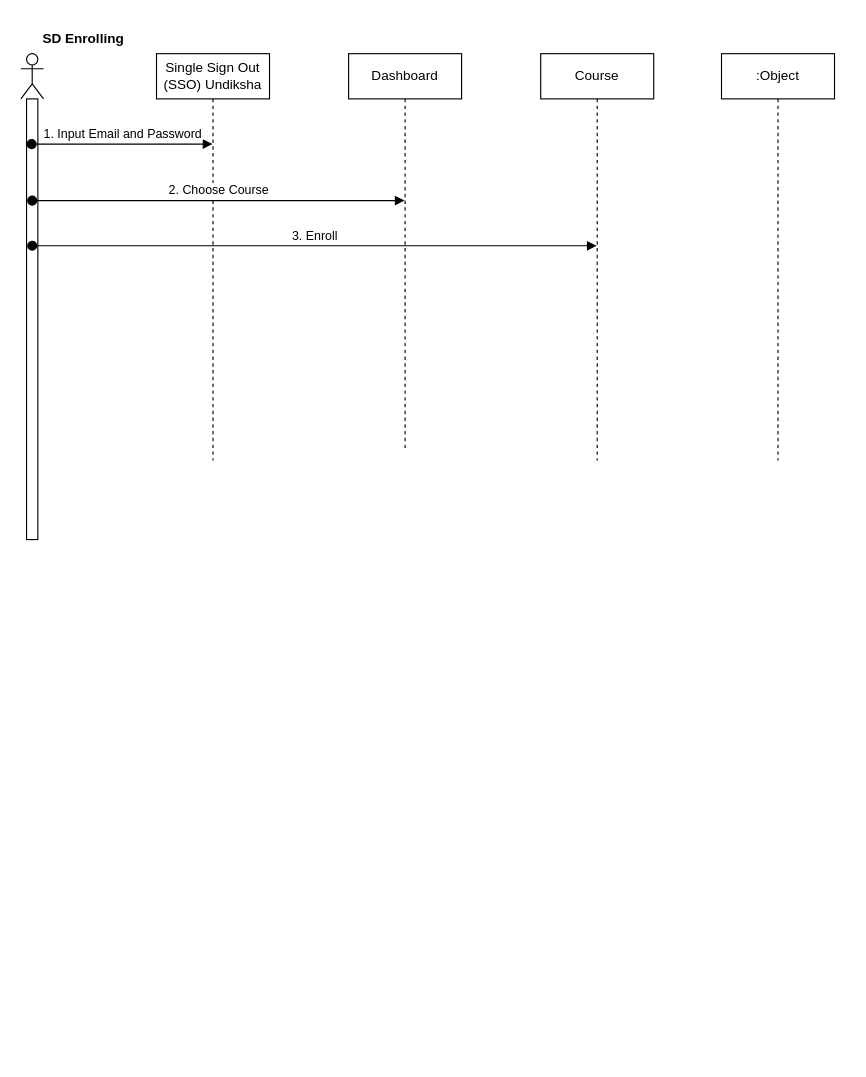
Earlier version of the draw.io diagram Testificate.drawio (ADmex1/Design-Structure). Source tidied: cells renumbered, new cells numbered last; positions are measured from the earlier drawing's top-left corner, leaving out a move shared by most shapes. Both pictures are drawn from the tidied source at 113%, with x=0, y=0 at pixel (20, 24).
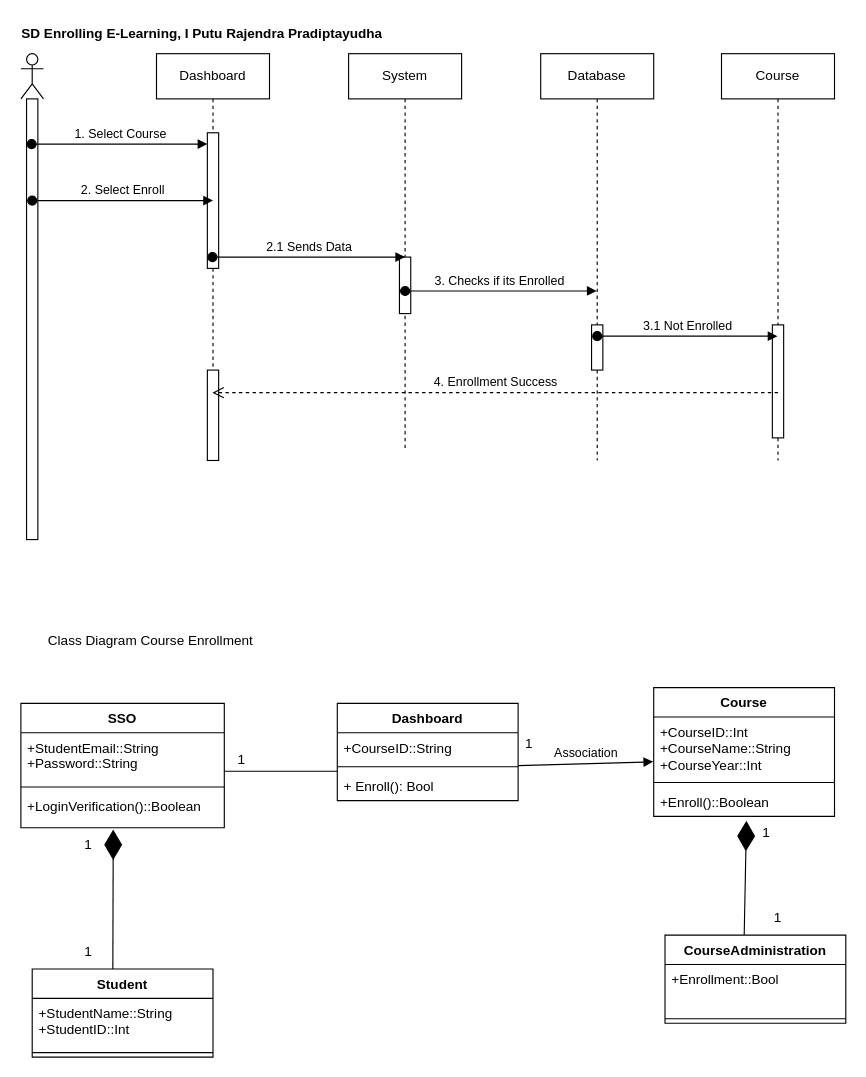
After the change.

What changed in the source:
```diff
@@
-    <mxCell id="4" value="Single Sign Out&lt;br&gt;(SSO) Undiksha" style="shape=umlLifeline;perimeter=lifelinePerimeter;whiteSpace=wrap;html=1;outlineConnect=0;portConstraint=eastwest;newEdgeStyle={&quot;curved&quot;:0,&quot;rounded&quot;:0};" parent="1" vertex="1">
+    <mxCell id="4" value="Dashboard" style="shape=umlLifeline;perimeter=lifelinePerimeter;whiteSpace=wrap;html=1;outlineConnect=0;portConstraint=eastwest;newEdgeStyle={&quot;curved&quot;:0,&quot;rounded&quot;:0};" parent="1" vertex="1">
       <mxGeometry x="120" y="26" width="100" height="360" as="geometry" />
     </mxCell>
+    <mxCell id="12" style="html=1;points=[[0,0,0,0,5],[0,1,0,0,-5],[1,0,0,0,5],[1,1,0,0,-5]];perimeter=orthogonalPerimeter;outlineConnect=0;targetShapes=umlLifeline;portConstraint=eastwest;newEdgeStyle={&quot;curved&quot;:0,&quot;rounded&quot;:0};" parent="4" vertex="1">
+      <mxGeometry x="45" y="70" width="10" height="120" as="geometry" />
+    </mxCell>
+    <mxCell id="13" style="html=1;perimeter=orthogonalPerimeter;targetShapes=umlLifeline;newEdgeStyle={&quot;curved&quot;:0,&quot;rounded&quot;:0};" parent="4" vertex="1">
+      <mxGeometry x="45" y="280" width="10" height="80" as="geometry" />
+    </mxCell>
-    <mxCell id="5" value="Dashboard" style="shape=umlLifeline;perimeter=lifelinePerimeter;whiteSpace=wrap;html=1;outlineConnect=0;portConstraint=eastwest;newEdgeStyle={&quot;curved&quot;:0,&quot;rounded&quot;:0};" parent="1" vertex="1">
+    <mxCell id="5" value="System" style="shape=umlLifeline;perimeter=lifelinePerimeter;whiteSpace=wrap;html=1;outlineConnect=0;portConstraint=eastwest;newEdgeStyle={&quot;curved&quot;:0,&quot;rounded&quot;:0};" parent="1" vertex="1">
       <mxGeometry x="290" y="26" width="100" height="350" as="geometry" />
     </mxCell>
+    <mxCell id="14" style="html=1;perimeter=orthogonalPerimeter;targetShapes=umlLifeline;newEdgeStyle={&quot;curved&quot;:0,&quot;rounded&quot;:0};" parent="5" vertex="1">
+      <mxGeometry x="45" y="180" width="10" height="50" as="geometry" />
+    </mxCell>
-    <mxCell id="6" value="Course" style="shape=umlLifeline;perimeter=lifelinePerimeter;whiteSpace=wrap;html=1;outlineConnect=0;portConstraint=eastwest;newEdgeStyle={&quot;curved&quot;:0,&quot;rounded&quot;:0};" parent="1" vertex="1">
+    <mxCell id="6" value="Database" style="shape=umlLifeline;perimeter=lifelinePerimeter;whiteSpace=wrap;html=1;outlineConnect=0;portConstraint=eastwest;newEdgeStyle={&quot;curved&quot;:0,&quot;rounded&quot;:0};" parent="1" vertex="1">
       <mxGeometry x="460" y="26" width="100" height="360" as="geometry" />
     </mxCell>
+    <mxCell id="15" style="html=1;perimeter=orthogonalPerimeter;targetShapes=umlLifeline;newEdgeStyle={&quot;curved&quot;:0,&quot;rounded&quot;:0};" parent="6" vertex="1">
+      <mxGeometry x="45" y="240" width="10" height="40" as="geometry" />
+    </mxCell>
-    <mxCell id="7" value=":Object" style="shape=umlLifeline;perimeter=lifelinePerimeter;whiteSpace=wrap;html=1;outlineConnect=0;portConstraint=eastwest;newEdgeStyle={&quot;curved&quot;:0,&quot;rounded&quot;:0};" parent="1" vertex="1">
+    <mxCell id="7" value="Course" style="shape=umlLifeline;perimeter=lifelinePerimeter;whiteSpace=wrap;html=1;outlineConnect=0;portConstraint=eastwest;newEdgeStyle={&quot;curved&quot;:0,&quot;rounded&quot;:0};" parent="1" vertex="1">
       <mxGeometry x="620" y="26" width="100" height="360" as="geometry" />
     </mxCell>
+    <mxCell id="16" style="html=1;perimeter=orthogonalPerimeter;targetShapes=umlLifeline;newEdgeStyle={&quot;curved&quot;:0,&quot;rounded&quot;:0};" parent="7" vertex="1">
+      <mxGeometry x="45" y="240" width="10" height="100" as="geometry" />
+    </mxCell>
-    <mxCell id="8" value="1. Input Email and Password" style="html=1;verticalAlign=bottom;startArrow=oval;startFill=1;endArrow=block;startSize=8;curved=0;rounded=0;" parent="1" edge="1">
+    <mxCell id="8" value="1. Select Course" style="html=1;verticalAlign=bottom;startArrow=oval;startFill=1;endArrow=block;startSize=8;curved=0;rounded=0;" parent="1" edge="1" target="12">
       <mxGeometry relative="1" as="geometry">
         <mxPoint x="9.5" y="106" as="sourcePoint" />
-        <mxPoint x="169.5" y="106" as="targetPoint" />
       </mxGeometry>
     </mxCell>
-    <mxCell id="9" value="2. Choose Course" style="html=1;verticalAlign=bottom;startArrow=oval;startFill=1;endArrow=block;startSize=8;curved=0;rounded=0;" parent="1" edge="1" target="5">
+    <mxCell id="9" value="2. Select Enroll" style="html=1;verticalAlign=bottom;startArrow=oval;startFill=1;endArrow=block;startSize=8;curved=0;rounded=0;" parent="1" edge="1">
       <mxGeometry relative="1" as="geometry">
         <mxPoint x="10" y="156" as="sourcePoint" />
+        <mxPoint x="170" y="156" as="targetPoint" />
         <Array as="points">
-          <mxPoint x="230" y="156" />
+          <mxPoint x="80" y="156" />
         </Array>
       </mxGeometry>
     </mxCell>
-    <mxCell id="10" value="3. Enroll" style="html=1;verticalAlign=bottom;startArrow=oval;startFill=1;endArrow=block;startSize=8;curved=0;rounded=0;" parent="1" edge="1" target="6">
+    <mxCell id="10" value="2.1 Sends Data" style="html=1;verticalAlign=bottom;startArrow=oval;startFill=1;endArrow=block;startSize=8;curved=0;rounded=0;" parent="1" edge="1" source="4">
       <mxGeometry relative="1" as="geometry">
-        <mxPoint x="10" y="196" as="sourcePoint" />
+        <mxPoint x="340" y="206" as="targetPoint" />
       </mxGeometry>
     </mxCell>
-    <mxCell id="11" value="SD Enrolling" style="text;align=center;fontStyle=1;verticalAlign=middle;spacingLeft=3;spacingRight=3;strokeColor=none;html=1;" parent="1" vertex="1">
-      <mxGeometry x="15" width="80" height="26" as="geometry" />
+    <mxCell id="11" value="SD Enrolling E-Learning, I Putu Rajendra Pradiptayudha" style="text;align=center;fontStyle=1;verticalAlign=middle;spacingLeft=3;spacingRight=3;strokeColor=none;html=1;" parent="1" vertex="1">
+      <mxGeometry x="120" y="-4" width="80" height="26" as="geometry" />
     </mxCell>
+    <mxCell id="17" value="3. Checks if its Enrolled&amp;nbsp;" style="html=1;verticalAlign=bottom;startArrow=oval;startFill=1;endArrow=block;startSize=8;curved=0;rounded=0;" parent="1" edge="1" target="6">
+      <mxGeometry relative="1" as="geometry">
+        <mxPoint x="340" y="236" as="sourcePoint" />
+      </mxGeometry>
+    </mxCell>
+    <mxCell id="18" value="3.1 Not Enrolled" style="html=1;verticalAlign=bottom;startArrow=oval;startFill=1;endArrow=block;startSize=8;curved=0;rounded=0;" parent="1" edge="1" target="7">
+      <mxGeometry relative="1" as="geometry">
+        <mxPoint x="510" y="276" as="sourcePoint" />
+      </mxGeometry>
+    </mxCell>
+    <mxCell id="19" value="4. Enrollment Success" style="html=1;verticalAlign=bottom;endArrow=open;dashed=1;endSize=8;curved=0;rounded=0;" parent="1" edge="1" target="4">
+      <mxGeometry relative="1" as="geometry">
+        <mxPoint x="670" y="326" as="sourcePoint" />
+      </mxGeometry>
+    </mxCell>
+    <mxCell id="20" style="line;strokeWidth=1;dashed=0;labelPosition=right;align=left;verticalAlign=middle;spacingTop=0;spacingLeft=6;" parent="1" vertex="1">
+      <mxGeometry x="180" y="656" width="100" height="10" as="geometry" />
+    </mxCell>
+    <mxCell id="21" value="1" style="text;html=1;align=center;verticalAlign=middle;strokeColor=none;fillColor=none;" parent="1" vertex="1">
+      <mxGeometry x="180" y="636" width="30" height="30" as="geometry" />
+    </mxCell>
+    <mxCell id="22" value="1" style="text;html=1;align=center;verticalAlign=middle;whiteSpace=wrap;rounded=0;" parent="1" vertex="1">
+      <mxGeometry x="420" y="622" width="60" height="30" as="geometry" />
+    </mxCell>
+    <mxCell id="23" value="CourseAdministration" style="swimlane;fontStyle=1;align=center;verticalAlign=top;horizontal=1;startSize=26;whiteSpace=wrap;html=1;" parent="1" vertex="1">
+      <mxGeometry x="570" y="806" width="160" height="78" as="geometry" />
+    </mxCell>
+    <mxCell id="24" value="&lt;div&gt;+Enrollment::Bool&lt;/div&gt;" style="text;strokeColor=none;fillColor=none;align=left;verticalAlign=top;spacingLeft=4;spacingRight=4;overflow=hidden;whiteSpace=wrap;html=1;" parent="23" vertex="1">
+      <mxGeometry y="26" width="160" height="44" as="geometry" />
+    </mxCell>
+    <mxCell id="25" style="line;strokeWidth=1;fillColor=none;align=left;verticalAlign=middle;spacingTop=-1;spacingLeft=3;spacingRight=3;labelPosition=right;strokeColor=inherit;" parent="23" vertex="1">
+      <mxGeometry y="70" width="160" height="8" as="geometry" />
+    </mxCell>
+    <mxCell id="26" value="SSO" style="swimlane;fontStyle=1;align=center;verticalAlign=top;horizontal=1;startSize=26;whiteSpace=wrap;html=1;" parent="1" vertex="1">
+      <mxGeometry y="601" width="180" height="110" as="geometry" />
+    </mxCell>
+    <mxCell id="27" value="+StudentEmail::String&lt;div&gt;+Password::String&lt;/div&gt;" style="text;strokeColor=none;fillColor=none;align=left;verticalAlign=top;spacingLeft=4;spacingRight=4;overflow=hidden;whiteSpace=wrap;html=1;" parent="26" vertex="1">
+      <mxGeometry y="26" width="180" height="44" as="geometry" />
+    </mxCell>
+    <mxCell id="28" style="line;strokeWidth=1;fillColor=none;align=left;verticalAlign=middle;spacingTop=-1;spacingLeft=3;spacingRight=3;labelPosition=right;strokeColor=inherit;" parent="26" vertex="1">
+      <mxGeometry y="70" width="180" height="8" as="geometry" />
+    </mxCell>
+    <mxCell id="29" value="+LoginVerification()::Boolean" style="text;strokeColor=none;fillColor=none;align=left;verticalAlign=top;spacingLeft=4;spacingRight=4;overflow=hidden;points=[[0,0.5],[1,0.5]];portConstraint=eastwest;whiteSpace=wrap;html=1;" parent="26" vertex="1">
+      <mxGeometry y="78" width="180" height="32" as="geometry" />
+    </mxCell>
+    <mxCell id="30" style="endArrow=diamondThin;endFill=1;endSize=24;html=1;rounded=0;exitX=0.446;exitY=0.002;exitDx=0;exitDy=0;exitPerimeter=0;entryX=0.454;entryY=1.051;entryDx=0;entryDy=0;entryPerimeter=0;" parent="1" edge="1" source="31" target="29">
+      <mxGeometry relative="1" as="geometry" />
+    </mxCell>
+    <mxCell id="31" value="Student" style="swimlane;fontStyle=1;align=center;verticalAlign=top;horizontal=1;startSize=26;whiteSpace=wrap;html=1;" parent="1" vertex="1">
+      <mxGeometry x="10" y="836" width="160" height="78" as="geometry" />
+    </mxCell>
+    <mxCell id="32" value="+StudentName::String&lt;div&gt;+StudentID::Int&lt;br&gt;&lt;div&gt;&lt;br&gt;&lt;/div&gt;&lt;/div&gt;" style="text;strokeColor=none;fillColor=none;align=left;verticalAlign=top;spacingLeft=4;spacingRight=4;overflow=hidden;whiteSpace=wrap;html=1;" parent="31" vertex="1">
+      <mxGeometry y="26" width="160" height="44" as="geometry" />
+    </mxCell>
+    <mxCell id="33" style="line;strokeWidth=1;fillColor=none;align=left;verticalAlign=middle;spacingTop=-1;spacingLeft=3;spacingRight=3;labelPosition=right;strokeColor=inherit;" parent="31" vertex="1">
+      <mxGeometry y="70" width="160" height="8" as="geometry" />
+    </mxCell>
+    <mxCell id="34" value="1" style="text;html=1;align=center;verticalAlign=middle;whiteSpace=wrap;rounded=0;" parent="1" vertex="1">
+      <mxGeometry x="30" y="711" width="60" height="30" as="geometry" />
+    </mxCell>
+    <mxCell id="35" value="1" style="text;html=1;align=center;verticalAlign=middle;whiteSpace=wrap;rounded=0;" parent="1" vertex="1">
+      <mxGeometry x="30" y="806" width="60" height="30" as="geometry" />
+    </mxCell>
+    <mxCell id="36" value="Course" style="swimlane;fontStyle=1;align=center;verticalAlign=top;horizontal=1;startSize=26;whiteSpace=wrap;html=1;" parent="1" vertex="1">
+      <mxGeometry x="560" y="587" width="160" height="114" as="geometry" />
+    </mxCell>
+    <mxCell id="37" value="+CourseID::Int&lt;div&gt;+CourseName::String&lt;br&gt;+CourseYear::Int&lt;/div&gt;" style="text;strokeColor=none;fillColor=none;align=left;verticalAlign=top;spacingLeft=4;spacingRight=4;overflow=hidden;points=[[0,0.5],[1,0.5]];portConstraint=eastwest;whiteSpace=wrap;html=1;" parent="36" vertex="1">
+      <mxGeometry y="26" width="160" height="54" as="geometry" />
+    </mxCell>
+    <mxCell id="38" style="line;strokeWidth=1;fillColor=none;align=left;verticalAlign=middle;spacingTop=-1;spacingLeft=3;spacingRight=3;labelPosition=right;strokeColor=inherit;" parent="36" vertex="1">
+      <mxGeometry y="80" width="160" height="8" as="geometry" />
+    </mxCell>
+    <mxCell id="39" value="+Enroll()::Boolean" style="text;strokeColor=none;fillColor=none;align=left;verticalAlign=top;spacingLeft=4;spacingRight=4;overflow=hidden;points=[[0,0.5],[1,0.5]];portConstraint=eastwest;whiteSpace=wrap;html=1;" parent="36" vertex="1">
+      <mxGeometry y="88" width="160" height="26" as="geometry" />
+    </mxCell>
+    <mxCell id="40" style="endArrow=diamondThin;endFill=1;endSize=24;html=1;rounded=0;exitX=0.438;exitY=0;exitDx=0;exitDy=0;exitPerimeter=0;entryX=0.513;entryY=1.15;entryDx=0;entryDy=0;entryPerimeter=0;" parent="1" edge="1" source="23" target="39">
+      <mxGeometry relative="1" as="geometry" />
+    </mxCell>
+    <mxCell id="41" value="1" style="text;html=1;align=center;verticalAlign=middle;whiteSpace=wrap;rounded=0;" parent="1" vertex="1">
+      <mxGeometry x="640" y="776" width="60" height="30" as="geometry" />
+    </mxCell>
+    <mxCell id="42" value="1" style="text;html=1;align=center;verticalAlign=middle;whiteSpace=wrap;rounded=0;" parent="1" vertex="1">
+      <mxGeometry x="630" y="701" width="60" height="30" as="geometry" />
+    </mxCell>
+    <mxCell id="43" value="Class Diagram Course Enrollment" style="text;html=1;align=center;verticalAlign=middle;whiteSpace=wrap;rounded=0;" parent="1" vertex="1">
+      <mxGeometry x="20" y="516" width="190" height="60" as="geometry" />
+    </mxCell>
+    <mxCell id="44" value="Dashboard" style="swimlane;fontStyle=1;align=center;verticalAlign=top;horizontal=1;startSize=26;whiteSpace=wrap;html=1;" parent="1" vertex="1">
+      <mxGeometry x="280" y="601" width="160" height="86" as="geometry" />
+    </mxCell>
+    <mxCell id="45" value="+CourseID::String" style="text;strokeColor=none;fillColor=none;align=left;verticalAlign=top;spacingLeft=4;spacingRight=4;overflow=hidden;whiteSpace=wrap;html=1;" parent="44" vertex="1">
+      <mxGeometry y="26" width="160" height="26" as="geometry" />
+    </mxCell>
+    <mxCell id="46" style="line;strokeWidth=1;fillColor=none;align=left;verticalAlign=middle;spacingTop=-1;spacingLeft=3;spacingRight=3;labelPosition=right;strokeColor=inherit;" parent="44" vertex="1">
+      <mxGeometry y="52" width="160" height="8" as="geometry" />
+    </mxCell>
+    <mxCell id="47" value="+ Enroll(): Bool" style="text;strokeColor=none;fillColor=none;align=left;verticalAlign=top;spacingLeft=4;spacingRight=4;overflow=hidden;whiteSpace=wrap;html=1;" parent="44" vertex="1">
+      <mxGeometry y="60" width="160" height="26" as="geometry" />
+    </mxCell>
+    <mxCell id="48" value="Association" style="html=1;verticalAlign=bottom;endArrow=block;curved=0;rounded=0;entryX=-0.003;entryY=0.735;entryDx=0;entryDy=0;entryPerimeter=0;" parent="1" edge="1" target="37">
+      <mxGeometry relative="1" as="geometry">
+        <mxPoint x="440" y="656" as="sourcePoint" />
+      </mxGeometry>
+    </mxCell>
```
